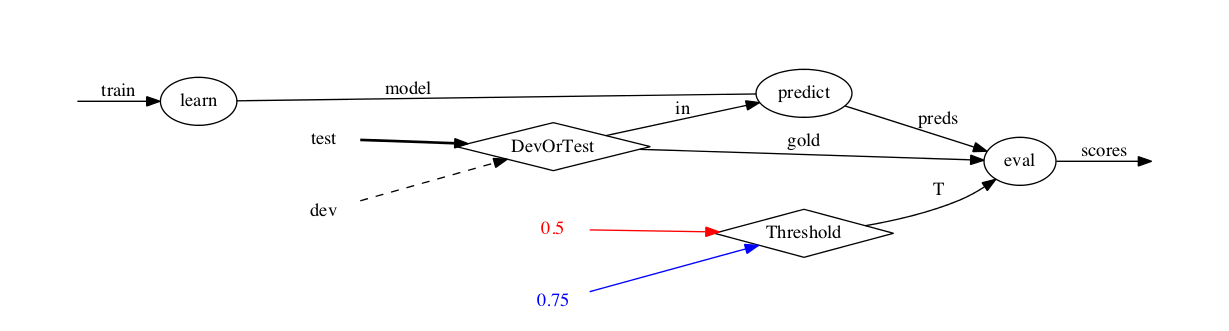
Above: png/classifier2-2compact.png in nschneid/ducttape-crash-course (Graphviz), before the change. Its source is kept beside it as gv/classifier2-2compact.gv.
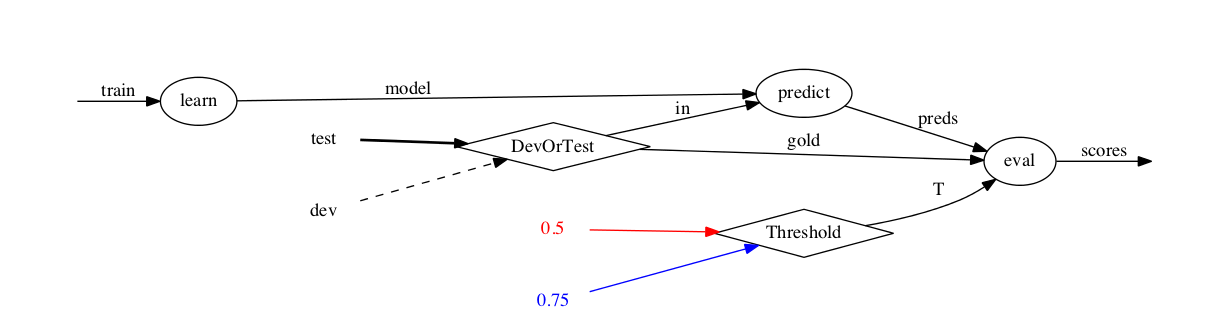
After the change.

Commit message:
missing arrowhead in graph

What changed in the source:
```diff
@@ -14,7 +14,7 @@
 	"test" [shape=plaintext];
 	"STOP" [label="", shape=plaintext];
 	"START" -> "learn" [label="train"];
-	"learn" -> "predict" [label="model", arrowhead=none];
+	"learn" -> "predict" [label="model"];
 	"learn" -> "test" [style=invis];
 
 	"test" -> "devtest" [style=bold];
```
